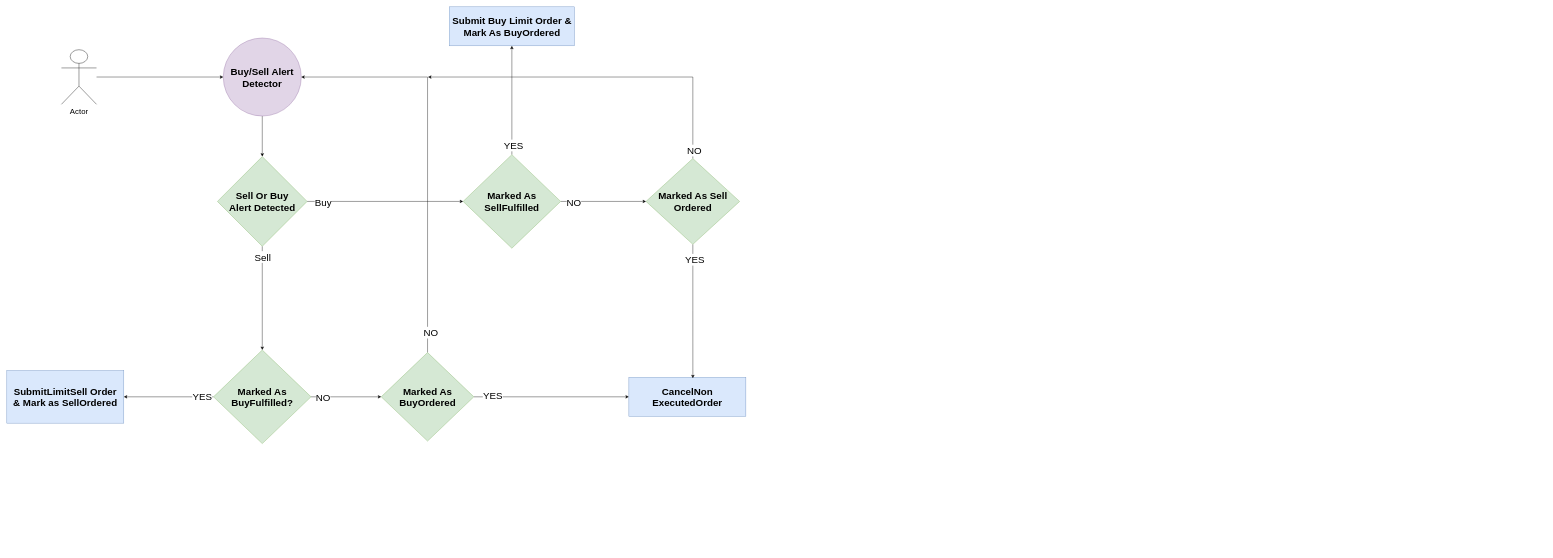
This is SuperTrend.drawio from haroonjoblo/fulljs, a draw.io file, before an edit. Source tidied: cells renumbered, new cells numbered last; positions are measured from the earlier drawing's top-left corner, leaving out a move shared by most shapes. Both pictures are drawn from the tidied source at 39%, with x=0, y=0 at pixel (7, 7).
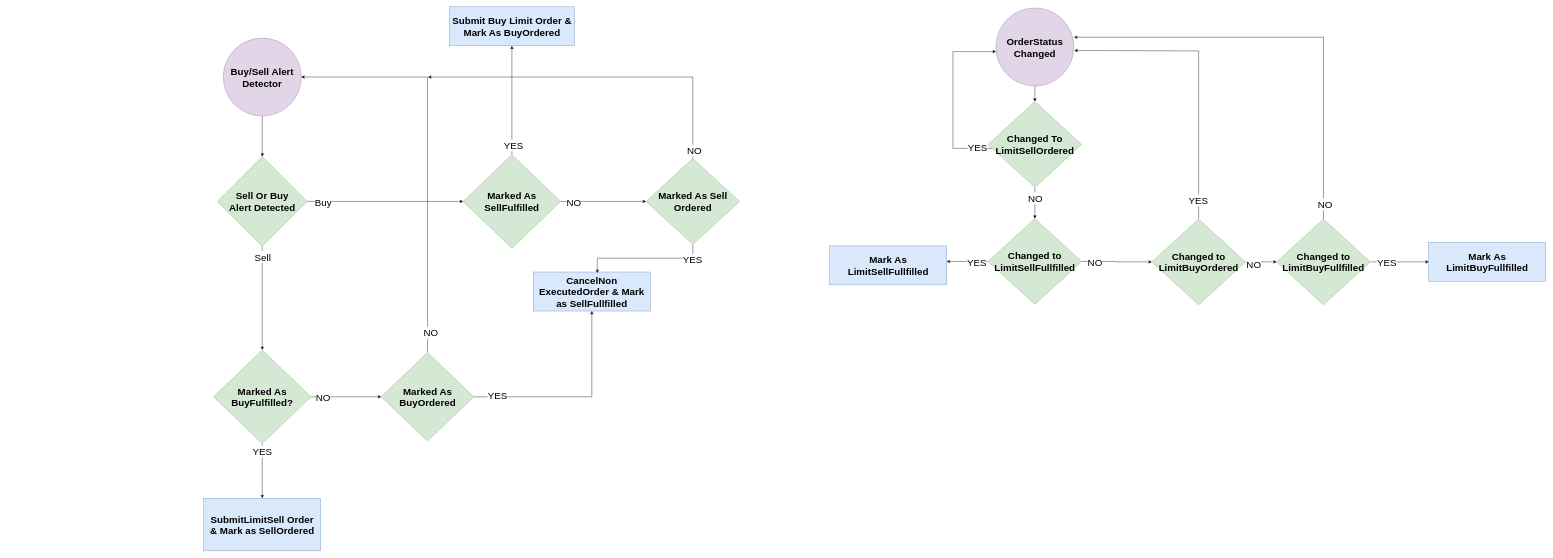
The same page after the edit.

The change refers to these unchanged cells:
```xml
<mxCell id="5" value="&lt;span style=&quot;font-size: 25px;&quot;&gt;Buy/Sell Alert Detector&lt;/span&gt;" style="ellipse;whiteSpace=wrap;html=1;fillColor=#e1d5e7;strokeColor=#9673a6;fontSize=25;fontStyle=1;" parent="1" vertex="1">
  <mxGeometry x="555" y="80" width="200" height="200" as="geometry" />
</mxCell>
```

Diff of the diagram source:
```diff
@@
-    <mxCell id="2" style="edgeStyle=orthogonalEdgeStyle;rounded=0;jettySize=auto;html=1;entryX=0;entryY=0.5;entryDx=0;entryDy=0;fontSize=25;" parent="1" edge="1" source="3" target="5">
-      <mxGeometry relative="1" as="geometry" />
-    </mxCell>
-    <mxCell id="3" value="Actor" style="shape=umlActor;verticalLabelPosition=bottom;verticalAlign=top;html=1;outlineConnect=0;fontSize=20;" parent="1" vertex="1">
-      <mxGeometry x="140" y="110" width="90" height="140" as="geometry" />
-    </mxCell>
@@
-    <mxCell id="21" value="CancelNon ExecutedOrder" style="whiteSpace=wrap;html=1;fontSize=25;strokeColor=#6c8ebf;fillColor=#dae8fc;fontStyle=1;" parent="1" vertex="1">
-      <mxGeometry x="1595" y="950" width="300" height="100" as="geometry" />
+    <mxCell id="21" value="CancelNon ExecutedOrder &amp;amp; Mark as SellFullfilled" style="whiteSpace=wrap;html=1;fontSize=25;strokeColor=#6c8ebf;fillColor=#dae8fc;fontStyle=1;" parent="1" vertex="1">
+      <mxGeometry x="1350" y="680" width="300" height="100" as="geometry" />
     </mxCell>
     <mxCell id="22" value="SubmitLimitSell Order&lt;br style=&quot;font-size: 25px;&quot;&gt;&amp;amp; Mark as SellOrdered" style="whiteSpace=wrap;html=1;fontSize=25;strokeColor=#6c8ebf;fillColor=#dae8fc;fontStyle=1;" parent="1" vertex="1">
-      <mxGeometry y="932.5" width="300" height="135" as="geometry" />
+      <mxGeometry x="505" y="1260" width="300" height="135" as="geometry" />
     </mxCell>
@@
+    <mxCell id="34" style="edgeStyle=orthogonalEdgeStyle;rounded=0;jettySize=auto;html=1;entryX=0.5;entryY=0;entryDx=0;entryDy=0;" parent="1" edge="1" source="35" target="40">
+      <mxGeometry relative="1" as="geometry" />
+    </mxCell>
+    <mxCell id="35" value="&lt;span style=&quot;font-size: 25px&quot;&gt;OrderStatus Changed&lt;/span&gt;" style="ellipse;whiteSpace=wrap;html=1;fillColor=#e1d5e7;strokeColor=#9673a6;fontSize=25;fontStyle=1;" parent="1" vertex="1">
+      <mxGeometry x="2536" y="3" width="200" height="200" as="geometry" />
+    </mxCell>
+    <mxCell id="36" style="edgeStyle=orthogonalEdgeStyle;rounded=0;jettySize=auto;html=1;entryX=0.001;entryY=0.559;entryDx=0;entryDy=0;entryPerimeter=0;" parent="1" edge="1" source="40" target="35">
+      <mxGeometry relative="1" as="geometry">
+        <Array as="points">
+          <mxPoint x="2426" y="363" />
+          <mxPoint x="2426" y="115" />
+        </Array>
+      </mxGeometry>
+    </mxCell>
+    <mxCell id="37" value="YES" style="edgeLabel;html=1;align=center;verticalAlign=middle;fontSize=25;" parent="36" vertex="1">
+      <mxGeometry x="-0.89" y="-5" relative="1" as="geometry">
+        <mxPoint x="-13" as="offset" />
+      </mxGeometry>
+    </mxCell>
+    <mxCell id="38" style="edgeStyle=orthogonalEdgeStyle;rounded=0;jettySize=auto;html=1;fontSize=25;entryX=0.5;entryY=0;entryDx=0;entryDy=0;" parent="1" edge="1" source="40" target="45">
+      <mxGeometry relative="1" as="geometry" />
+    </mxCell>
+    <mxCell id="39" value="NO" style="edgeLabel;html=1;align=center;verticalAlign=middle;fontSize=25;" parent="38" vertex="1">
+      <mxGeometry x="-0.7" y="-1" relative="1" as="geometry">
+        <mxPoint x="1" y="14" as="offset" />
+      </mxGeometry>
+    </mxCell>
+    <mxCell id="40" value="Changed To LimitSellOrdered" style="rhombus;whiteSpace=wrap;html=1;fontSize=25;strokeColor=#82b366;fillColor=#d5e8d4;fontStyle=1;" parent="1" vertex="1">
+      <mxGeometry x="2516" y="243" width="240" height="220" as="geometry" />
+    </mxCell>
+    <mxCell id="41" style="edgeStyle=orthogonalEdgeStyle;rounded=0;jettySize=auto;html=1;fontSize=25;" parent="1" edge="1" source="45">
+      <mxGeometry relative="1" as="geometry">
+        <mxPoint x="2410" y="653" as="targetPoint" />
+        <Array as="points">
+          <mxPoint x="2410" y="653" />
+        </Array>
+      </mxGeometry>
+    </mxCell>
+    <mxCell id="42" value="YES" style="edgeLabel;html=1;align=center;verticalAlign=middle;fontSize=25;" parent="41" vertex="1">
+      <mxGeometry x="-0.79" y="1" relative="1" as="geometry">
+        <mxPoint x="-19" y="-1" as="offset" />
+      </mxGeometry>
+    </mxCell>
+    <mxCell id="43" style="edgeStyle=orthogonalEdgeStyle;rounded=0;jettySize=auto;html=1;fontSize=25;" parent="1" edge="1" source="45" target="51">
+      <mxGeometry relative="1" as="geometry" />
+    </mxCell>
+    <mxCell id="44" value="NO" style="edgeLabel;html=1;align=center;verticalAlign=middle;fontSize=25;" parent="43" vertex="1">
+      <mxGeometry x="-0.78" y="-6" relative="1" as="geometry">
+        <mxPoint x="13" y="-6" as="offset" />
+      </mxGeometry>
+    </mxCell>
+    <mxCell id="45" value="Changed to LimitSellFullfilled" style="rhombus;whiteSpace=wrap;html=1;fontSize=25;strokeColor=#82b366;fillColor=#d5e8d4;fontStyle=1;" parent="1" vertex="1">
+      <mxGeometry x="2516" y="543" width="240" height="220" as="geometry" />
+    </mxCell>
+    <mxCell id="46" value="Mark As LimitSellFullfilled" style="whiteSpace=wrap;html=1;fontSize=25;strokeColor=#6c8ebf;fillColor=#dae8fc;fontStyle=1;" parent="1" vertex="1">
+      <mxGeometry x="2110" y="613" width="300" height="100" as="geometry" />
+    </mxCell>
+    <mxCell id="47" style="edgeStyle=orthogonalEdgeStyle;rounded=0;jettySize=auto;html=1;fontSize=25;entryX=1.006;entryY=0.545;entryDx=0;entryDy=0;entryPerimeter=0;exitX=0.5;exitY=0;exitDx=0;exitDy=0;" parent="1" edge="1" source="51" target="35">
+      <mxGeometry relative="1" as="geometry">
+        <Array as="points">
+          <mxPoint x="3056" y="113" />
+          <mxPoint x="2737" y="113" />
+        </Array>
+      </mxGeometry>
+    </mxCell>
+    <mxCell id="48" value="YES" style="edgeLabel;html=1;align=center;verticalAlign=middle;fontSize=25;" parent="47" vertex="1">
+      <mxGeometry x="-0.87" y="2" relative="1" as="geometry" />
+    </mxCell>
+    <mxCell id="49" style="edgeStyle=orthogonalEdgeStyle;rounded=0;jettySize=auto;html=1;fontSize=25;" parent="1" edge="1" source="51" target="56">
+      <mxGeometry relative="1" as="geometry" />
+    </mxCell>
+    <mxCell id="50" value="NO" style="edgeLabel;html=1;align=center;verticalAlign=middle;fontSize=25;" parent="49" vertex="1">
+      <mxGeometry x="-0.69" y="-4" relative="1" as="geometry">
+        <mxPoint x="8" as="offset" />
+      </mxGeometry>
+    </mxCell>
+    <mxCell id="51" value="Changed to LimitBuyOrdered" style="rhombus;whiteSpace=wrap;html=1;fontSize=25;strokeColor=#82b366;fillColor=#d5e8d4;fontStyle=1;" parent="1" vertex="1">
+      <mxGeometry x="2936" y="544" width="240" height="220" as="geometry" />
+    </mxCell>
+    <mxCell id="52" style="edgeStyle=orthogonalEdgeStyle;rounded=0;jettySize=auto;html=1;entryX=0;entryY=0.5;entryDx=0;entryDy=0;fontSize=25;" parent="1" edge="1" source="56" target="57">
+      <mxGeometry relative="1" as="geometry" />
+    </mxCell>
+    <mxCell id="53" value="YES" style="edgeLabel;html=1;align=center;verticalAlign=middle;fontSize=25;" parent="52" vertex="1">
+      <mxGeometry x="-0.82" y="1" relative="1" as="geometry">
+        <mxPoint x="27" y="1" as="offset" />
+      </mxGeometry>
+    </mxCell>
+    <mxCell id="54" style="edgeStyle=orthogonalEdgeStyle;rounded=0;jettySize=auto;html=1;fontSize=25;entryX=1.002;entryY=0.375;entryDx=0;entryDy=0;entryPerimeter=0;" parent="1" edge="1" source="56" target="35">
+      <mxGeometry relative="1" as="geometry">
+        <Array as="points">
+          <mxPoint x="3376" y="78" />
+        </Array>
+      </mxGeometry>
+    </mxCell>
+    <mxCell id="55" value="NO" style="edgeLabel;html=1;align=center;verticalAlign=middle;fontSize=25;" parent="54" vertex="1">
+      <mxGeometry x="-0.93" y="-3" relative="1" as="geometry" />
+    </mxCell>
+    <mxCell id="56" value="Changed to LimitBuyFullfilled" style="rhombus;whiteSpace=wrap;html=1;fontSize=25;strokeColor=#82b366;fillColor=#d5e8d4;fontStyle=1;" parent="1" vertex="1">
+      <mxGeometry x="3256" y="544" width="240" height="220" as="geometry" />
+    </mxCell>
+    <mxCell id="57" value="Mark As LimitBuyFullfilled" style="whiteSpace=wrap;html=1;fontSize=25;strokeColor=#6c8ebf;fillColor=#dae8fc;fontStyle=1;" parent="1" vertex="1">
+      <mxGeometry x="3646" y="604" width="300" height="100" as="geometry" />
+    </mxCell>
```
